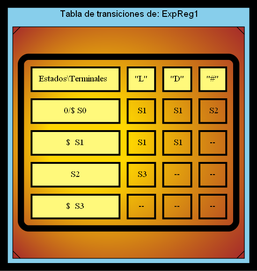
SergieArizandieta/OLC1-P1-202000119 keeps this Graphviz diagram as TRANSICIONES_202000119/TransicionesExpReg1.png. Above is the earlier version. Its source is kept beside it as TRANSICIONES_202000119/TransicionesExpReg1.dot.
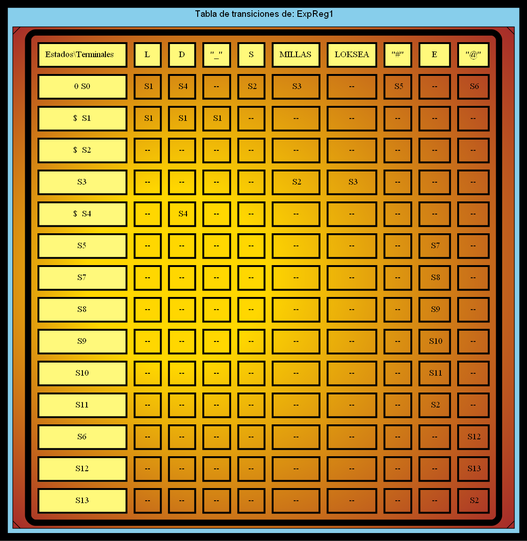
The same file after the commit.

What changed in the source:
```diff
@@ -8,33 +8,183 @@
   <TABLE border="10" cellspacing="10" cellpadding="10" style="rounded" gradientangle="315">
   <TR>
       <TD border="3" bgcolor="#FFF97B">Estados\Terminales  </TD>
-      <TD border="3" bgcolor="#FFF97B">"L"</TD>
-      <TD border="3" bgcolor="#FFF97B">"D"</TD>
+      <TD border="3" bgcolor="#FFF97B">L</TD>
+      <TD border="3" bgcolor="#FFF97B">D</TD>
+      <TD border="3" bgcolor="#FFF97B">"_"</TD>
+      <TD border="3" bgcolor="#FFF97B">S</TD>
+      <TD border="3" bgcolor="#FFF97B">MILLAS</TD>
+      <TD border="3" bgcolor="#FFF97B">LOKSEA</TD>
       <TD border="3" bgcolor="#FFF97B">"#"</TD>
+      <TD border="3" bgcolor="#FFF97B">E</TD>
+      <TD border="3" bgcolor="#FFF97B">"@"</TD>
   </TR>
   <TR>
-      <TD border="3" bgcolor="#FFF97B">0/$ S0</TD>
+      <TD border="3" bgcolor="#FFF97B">0 S0</TD>
       <TD border="3" > S1</TD>
-      <TD border="3" > S1</TD>
+      <TD border="3" > S4</TD>
+      <TD border="3" > -- </TD>
       <TD border="3" > S2</TD>
+      <TD border="3" > S3</TD>
+      <TD border="3" > -- </TD>
+      <TD border="3" > S5</TD>
+      <TD border="3" > -- </TD>
+      <TD border="3" > S6</TD>
   </TR>
   <TR>
       <TD border="3" bgcolor="#FFF97B">$  S1</TD>
       <TD border="3" > S1</TD>
       <TD border="3" > S1</TD>
+      <TD border="3" > S1</TD>
       <TD border="3" > -- </TD>
-  </TR>
-  <TR>
-      <TD border="3" bgcolor="#FFF97B">S2</TD>
-      <TD border="3" > S3</TD>
+      <TD border="3" > -- </TD>
+      <TD border="3" > -- </TD>
+      <TD border="3" > -- </TD>
       <TD border="3" > -- </TD>
       <TD border="3" > -- </TD>
   </TR>
   <TR>
-      <TD border="3" bgcolor="#FFF97B">$  S3</TD>
+      <TD border="3" bgcolor="#FFF97B">$  S2</TD>
+      <TD border="3" > -- </TD>
+      <TD border="3" > -- </TD>
+      <TD border="3" > -- </TD>
+      <TD border="3" > -- </TD>
+      <TD border="3" > -- </TD>
+      <TD border="3" > -- </TD>
       <TD border="3" > -- </TD>
       <TD border="3" > -- </TD>
       <TD border="3" > -- </TD>
   </TR>
+  <TR>
+      <TD border="3" bgcolor="#FFF97B">S3</TD>
+      <TD border="3" > -- </TD>
+      <TD border="3" > -- </TD>
+      <TD border="3" > -- </TD>
+      <TD border="3" > -- </TD>
+      <TD border="3" > S2</TD>
+      <TD border="3" > S3</TD>
+      <TD border="3" > -- </TD>
+      <TD border="3" > -- </TD>
+      <TD border="3" > -- </TD>
+  </TR>
+  <TR>
+      <TD border="3" bgcolor="#FFF97B">$  S4</TD>
+      <TD border="3" > -- </TD>
+      <TD border="3" > S4</TD>
+      <TD border="3" > -- </TD>
+      <TD border="3" > -- </TD>
+      <TD border="3" > -- </TD>
+      <TD border="3" > -- </TD>
+      <TD border="3" > -- </TD>
+      <TD border="3" > -- </TD>
+      <TD border="3" > -- </TD>
+  </TR>
+  <TR>
+      <TD border="3" bgcolor="#FFF97B">S5</TD>
+      <TD border="3" > -- </TD>
+      <TD border="3" > -- </TD>
+      <TD border="3" > -- </TD>
+      <TD border="3" > -- </TD>
+      <TD border="3" > -- </TD>
+      <TD border="3" > -- </TD>
+      <TD border="3" > -- </TD>
+      <TD border="3" > S7</TD>
+      <TD border="3" > -- </TD>
+  </TR>
+  <TR>
+      <TD border="3" bgcolor="#FFF97B">S7</TD>
+      <TD border="3" > -- </TD>
+      <TD border="3" > -- </TD>
+      <TD border="3" > -- </TD>
+      <TD border="3" > -- </TD>
+      <TD border="3" > -- </TD>
+      <TD border="3" > -- </TD>
+      <TD border="3" > -- </TD>
+      <TD border="3" > S8</TD>
+      <TD border="3" > -- </TD>
+  </TR>
+  <TR>
+      <TD border="3" bgcolor="#FFF97B">S8</TD>
+      <TD border="3" > -- </TD>
+      <TD border="3" > -- </TD>
+      <TD border="3" > -- </TD>
+      <TD border="3" > -- </TD>
+      <TD border="3" > -- </TD>
+      <TD border="3" > -- </TD>
+      <TD border="3" > -- </TD>
+      <TD border="3" > S9</TD>
+      <TD border="3" > -- </TD>
+  </TR>
+  <TR>
+      <TD border="3" bgcolor="#FFF97B">S9</TD>
+      <TD border="3" > -- </TD>
+      <TD border="3" > -- </TD>
+      <TD border="3" > -- </TD>
+      <TD border="3" > -- </TD>
+      <TD border="3" > -- </TD>
+      <TD border="3" > -- </TD>
+      <TD border="3" > -- </TD>
+      <TD border="3" > S10</TD>
+      <TD border="3" > -- </TD>
+  </TR>
+  <TR>
+      <TD border="3" bgcolor="#FFF97B">S10</TD>
+      <TD border="3" > -- </TD>
+      <TD border="3" > -- </TD>
+      <TD border="3" > -- </TD>
+      <TD border="3" > -- </TD>
+      <TD border="3" > -- </TD>
+      <TD border="3" > -- </TD>
+      <TD border="3" > -- </TD>
+      <TD border="3" > S11</TD>
+      <TD border="3" > -- </TD>
+  </TR>
+  <TR>
+      <TD border="3" bgcolor="#FFF97B">S11</TD>
+      <TD border="3" > -- </TD>
+      <TD border="3" > -- </TD>
+      <TD border="3" > -- </TD>
+      <TD border="3" > -- </TD>
+      <TD border="3" > -- </TD>
+      <TD border="3" > -- </TD>
+      <TD border="3" > -- </TD>
+      <TD border="3" > S2</TD>
+      <TD border="3" > -- </TD>
+  </TR>
+  <TR>
+      <TD border="3" bgcolor="#FFF97B">S6</TD>
+      <TD border="3" > -- </TD>
+      <TD border="3" > -- </TD>
+      <TD border="3" > -- </TD>
+      <TD border="3" > -- </TD>
+      <TD border="3" > -- </TD>
+      <TD border="3" > -- </TD>
+      <TD border="3" > -- </TD>
+      <TD border="3" > -- </TD>
+      <TD border="3" > S12</TD>
+  </TR>
+  <TR>
+      <TD border="3" bgcolor="#FFF97B">S12</TD>
+      <TD border="3" > -- </TD>
+      <TD border="3" > -- </TD>
+      <TD border="3" > -- </TD>
+      <TD border="3" > -- </TD>
+      <TD border="3" > -- </TD>
+      <TD border="3" > -- </TD>
+      <TD border="3" > -- </TD>
+      <TD border="3" > -- </TD>
+      <TD border="3" > S13</TD>
+  </TR>
+  <TR>
+      <TD border="3" bgcolor="#FFF97B">S13</TD>
+      <TD border="3" > -- </TD>
+      <TD border="3" > -- </TD>
+      <TD border="3" > -- </TD>
+      <TD border="3" > -- </TD>
+      <TD border="3" > -- </TD>
+      <TD border="3" > -- </TD>
+      <TD border="3" > -- </TD>
+      <TD border="3" > -- </TD>
+      <TD border="3" > S2</TD>
+  </TR>
 
 </TABLE>>];}}
```
